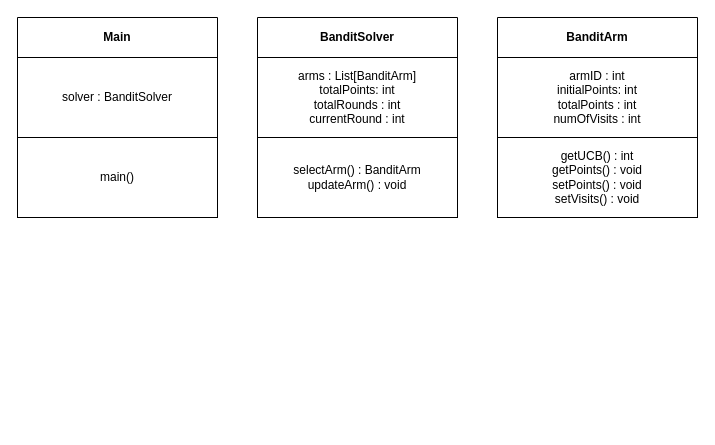
DanciuA004/Year3Project keeps this draw.io diagram as documents/Bandit UML.drawio. Above is the earlier version. Source tidied: cells renumbered, new cells numbered last; positions are measured from the earlier drawing's top-left corner, leaving out a move shared by most shapes. Both pictures are drawn from the tidied source at 100%, with x=0, y=0 at pixel (17, 17).
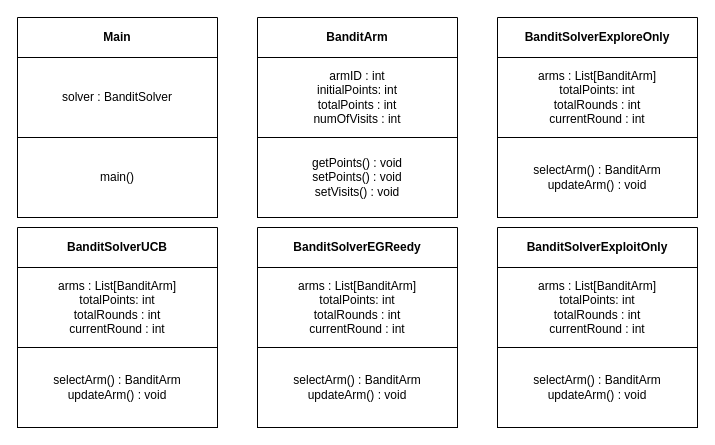
Above is the later version.

Commit message (it also covers changes not shown here):
updated diary to current date and updated UML

The edit, as a diff of the source:
```diff
@@
 <mxGraphModel>
   <root>
     <mxCell id="0" />
     <mxCell id="1" parent="0" />
     <mxCell id="2" value="Main" style="swimlane;whiteSpace=wrap;html=1;startSize=40;" parent="1" vertex="1">
       <mxGeometry width="200" height="200" as="geometry" />
     </mxCell>
     <mxCell id="3" value="solver : BanditSolver" style="whiteSpace=wrap;html=1;" parent="2" vertex="1">
       <mxGeometry y="40" width="200" height="80" as="geometry" />
     </mxCell>
     <mxCell id="4" value="main()" style="whiteSpace=wrap;html=1;" parent="2" vertex="1">
       <mxGeometry y="120" width="200" height="80" as="geometry" />
     </mxCell>
     <mxCell id="5" value="BanditArm" style="swimlane;whiteSpace=wrap;html=1;startSize=40;" parent="1" vertex="1">
-      <mxGeometry x="480" width="200" height="200" as="geometry" />
+      <mxGeometry x="240" width="200" height="200" as="geometry" />
     </mxCell>
     <mxCell id="6" value="armID : int&lt;br&gt;initialPoints: int&lt;br&gt;totalPoints : int&lt;br&gt;numOfVisits : int" style="whiteSpace=wrap;html=1;" parent="5" vertex="1">
       <mxGeometry y="40" width="200" height="80" as="geometry" />
     </mxCell>
-    <mxCell id="7" value="getUCB() : int&lt;br&gt;getPoints() : void&lt;br&gt;setPoints() : void&lt;br&gt;setVisits() : void" style="whiteSpace=wrap;html=1;" parent="5" vertex="1">
+    <mxCell id="7" value="getPoints() : void&lt;br&gt;setPoints() : void&lt;br&gt;setVisits() : void" style="whiteSpace=wrap;html=1;" parent="5" vertex="1">
       <mxGeometry y="120" width="200" height="80" as="geometry" />
     </mxCell>
-    <mxCell id="8" value="BanditSolver" style="swimlane;whiteSpace=wrap;html=1;startSize=40;" parent="1" vertex="1">
-      <mxGeometry x="240" width="200" height="200" as="geometry" />
+    <mxCell id="8" value="BanditSolverExploreOnly" style="swimlane;whiteSpace=wrap;html=1;startSize=40;" parent="1" vertex="1">
+      <mxGeometry x="480" width="200" height="200" as="geometry" />
     </mxCell>
     <mxCell id="9" value="arms : List[BanditArm]&lt;br&gt;totalPoints: int&lt;br&gt;totalRounds : int&lt;br&gt;currentRound : int" style="whiteSpace=wrap;html=1;" parent="8" vertex="1">
       <mxGeometry y="40" width="200" height="80" as="geometry" />
     </mxCell>
     <mxCell id="10" value="selectArm() : BanditArm&lt;br&gt;updateArm() : void" style="whiteSpace=wrap;html=1;" parent="8" vertex="1">
       <mxGeometry y="120" width="200" height="80" as="geometry" />
     </mxCell>
+    <mxCell id="11" value="BanditSolverEGReedy" style="swimlane;whiteSpace=wrap;html=1;startSize=40;" parent="1" vertex="1">
+      <mxGeometry x="240" y="210" width="200" height="200" as="geometry" />
+    </mxCell>
+    <mxCell id="12" value="arms : List[BanditArm]&lt;br&gt;totalPoints: int&lt;br&gt;totalRounds : int&lt;br&gt;currentRound : int" style="whiteSpace=wrap;html=1;" parent="11" vertex="1">
+      <mxGeometry y="40" width="200" height="80" as="geometry" />
+    </mxCell>
+    <mxCell id="13" value="selectArm() : BanditArm&lt;br&gt;updateArm() : void" style="whiteSpace=wrap;html=1;" parent="11" vertex="1">
+      <mxGeometry y="120" width="200" height="80" as="geometry" />
+    </mxCell>
+    <mxCell id="14" value="BanditSolverUCB" style="swimlane;whiteSpace=wrap;html=1;startSize=40;" parent="1" vertex="1">
+      <mxGeometry y="210" width="200" height="200" as="geometry" />
+    </mxCell>
+    <mxCell id="15" value="arms : List[BanditArm]&lt;br&gt;totalPoints: int&lt;br&gt;totalRounds : int&lt;br&gt;currentRound : int" style="whiteSpace=wrap;html=1;" parent="14" vertex="1">
+      <mxGeometry y="40" width="200" height="80" as="geometry" />
+    </mxCell>
+    <mxCell id="16" value="selectArm() : BanditArm&lt;br&gt;updateArm() : void" style="whiteSpace=wrap;html=1;" parent="14" vertex="1">
+      <mxGeometry y="120" width="200" height="80" as="geometry" />
+    </mxCell>
+    <mxCell id="17" value="BanditSolverExploitOnly" style="swimlane;whiteSpace=wrap;html=1;startSize=40;" parent="1" vertex="1">
+      <mxGeometry x="480" y="210" width="200" height="200" as="geometry" />
+    </mxCell>
+    <mxCell id="18" value="arms : List[BanditArm]&lt;br&gt;totalPoints: int&lt;br&gt;totalRounds : int&lt;br&gt;currentRound : int" style="whiteSpace=wrap;html=1;" parent="17" vertex="1">
+      <mxGeometry y="40" width="200" height="80" as="geometry" />
+    </mxCell>
+    <mxCell id="19" value="selectArm() : BanditArm&lt;br&gt;updateArm() : void" style="whiteSpace=wrap;html=1;" parent="17" vertex="1">
+      <mxGeometry y="120" width="200" height="80" as="geometry" />
+    </mxCell>
   </root>
 </mxGraphModel>
```
